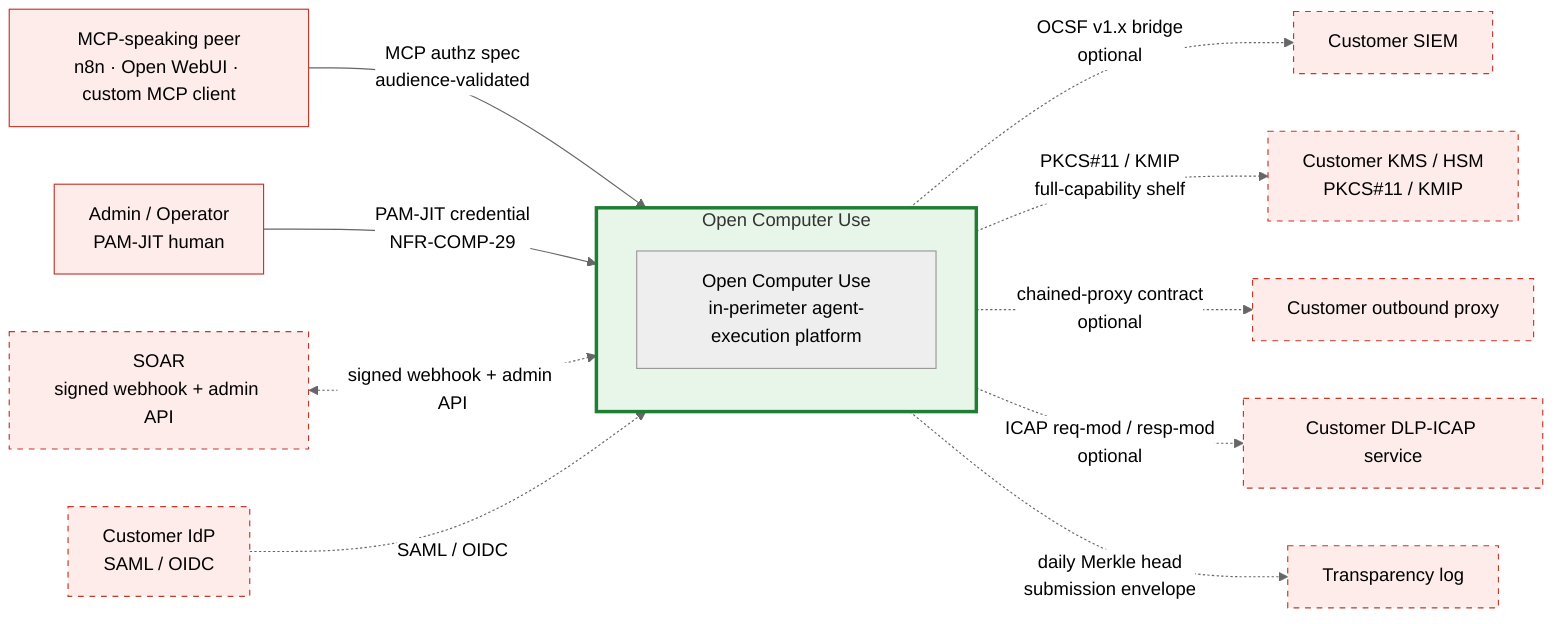
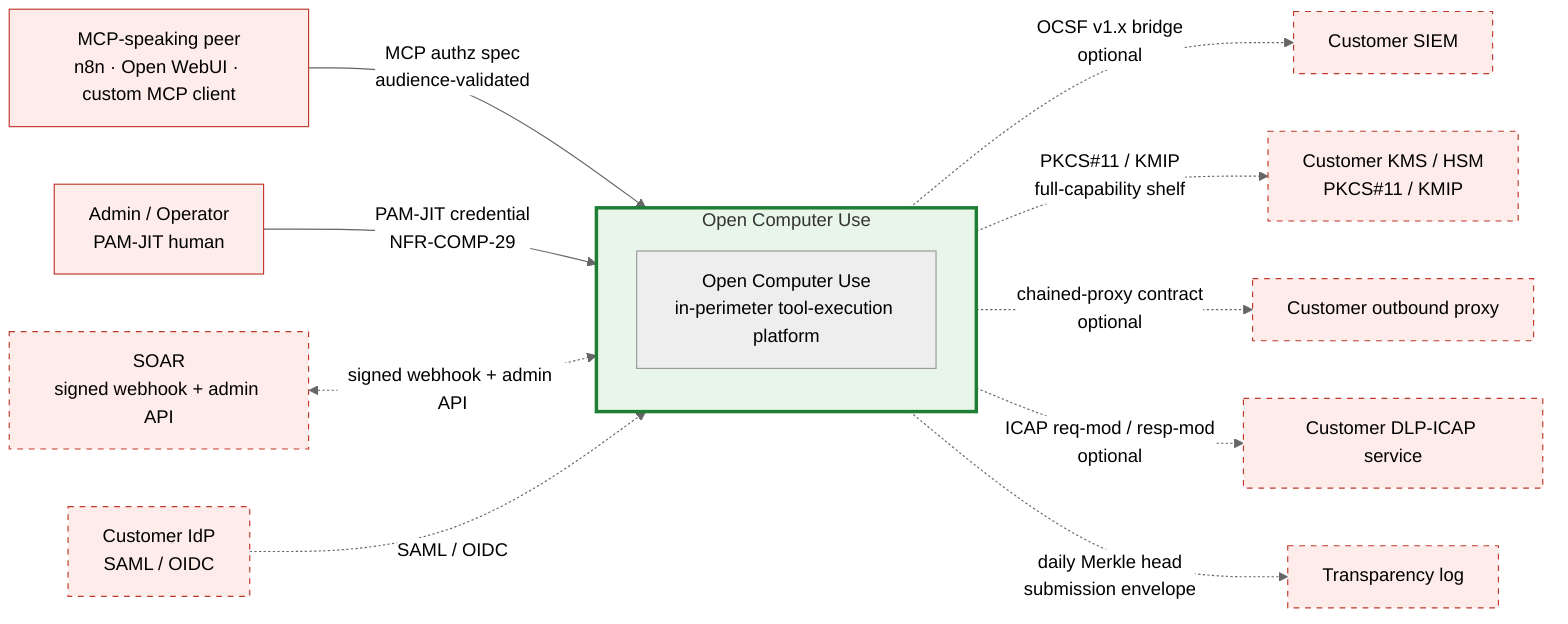
%% SPDX-License-Identifier: FSL-1.1-Apache-2.0
%% Copyright (c) 2025 Open Computer Use Contributors
%% Canonical Layer 4 (C4 Context) diagram. Referenced from docs/architecture/03-c4-context.md.
%% Convention: solid border = present on the minimal-capability shelf; dashed border = not on the minimal shelf by default (per-actor optionality in 03-c4-context.md §4).
%% Palette (project convention): red untrusted / green trusted (amber + blue zones apply at Layer 3 only).

%%{init: {"theme": "neutral"} }%%
flowchart LR

    %% ─── inbound peers (any MCP-speaking caller; REST is a fallback) ───
    PEER[MCP-speaking peer<br/>n8n · Open WebUI · custom MCP client]:::ext
    OPER[Admin / Operator<br/>PAM-JIT human]:::ext

    %% ─── the system under design ───
    subgraph OCU[Open Computer Use]
-         BOX[Open Computer Use<br/>in-perimeter agent-execution platform]
+         BOX[Open Computer Use<br/>in-perimeter tool-execution platform]
    end

    %% ─── customer infrastructure (full-capability shelf; IdP required there, the rest optional) ───
    IDP[Customer IdP<br/>SAML / OIDC]:::extOpt
    KMS[Customer KMS / HSM<br/>PKCS#11 / KMIP]:::extOpt
    SIEM[Customer SIEM]:::extOpt
    CPROXY[Customer outbound proxy]:::extOpt
    ICAP[Customer DLP-ICAP service]:::extOpt

    %% ─── operations and assurance ───
    SOAR[SOAR<br/>signed webhook + admin API]:::extOpt
    TLOG[Transparency log]:::extOpt

    %% ─── edges ───
    PEER -->|"MCP authz spec<br/>audience-validated"| OCU
    OPER -->|"PAM-JIT credential<br/>NFR-COMP-29"| OCU
    SOAR <-.->|signed webhook + admin API| OCU
    IDP -.->|SAML / OIDC| OCU
    OCU -.->|"OCSF v1.x bridge<br/>optional"| SIEM
    OCU -.->|"PKCS#11 / KMIP<br/>full-capability shelf"| KMS
    OCU -.->|"chained-proxy contract<br/>optional"| CPROXY
    OCU -.->|"ICAP req-mod / resp-mod<br/>optional"| ICAP
    OCU -.->|"daily Merkle head<br/>submission envelope"| TLOG

    %% ─── styling (project palette) ───
    classDef ext fill:#fdecea,stroke:#c0392b,stroke-width:1px;
    classDef extOpt fill:#fdecea,stroke:#c0392b,stroke-dasharray: 5 5;
    style OCU fill:#e8f5e9,stroke:#1e7e34,stroke-width:3px;
